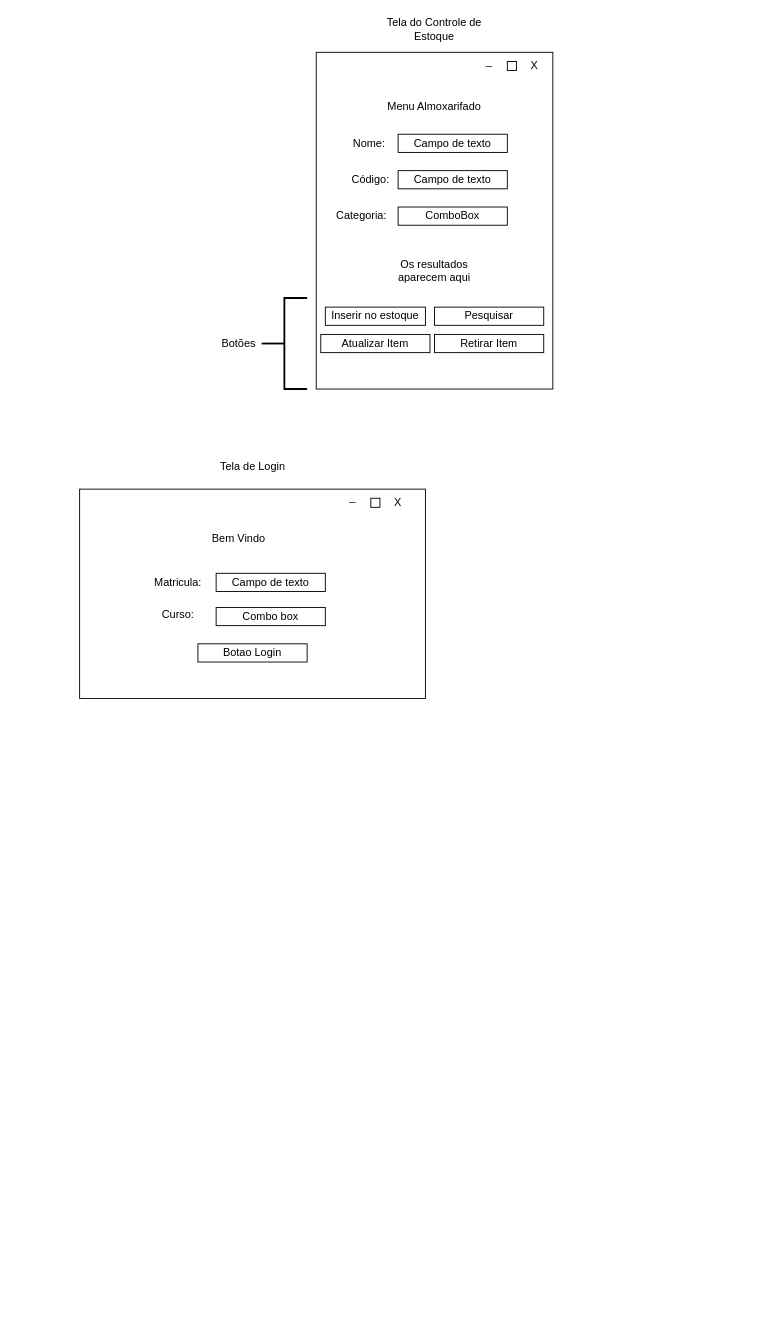
KenzoUMZ/Projeto-CRUD keeps this draw.io diagram as flowchart.drawio. Above is the earlier version. Source tidied: cells renumbered, new cells numbered last; positions are measured from the earlier drawing's top-left corner, leaving out a move shared by most shapes. Both pictures are drawn from the tidied source at 91%, with x=0, y=0 at pixel (79, 15).
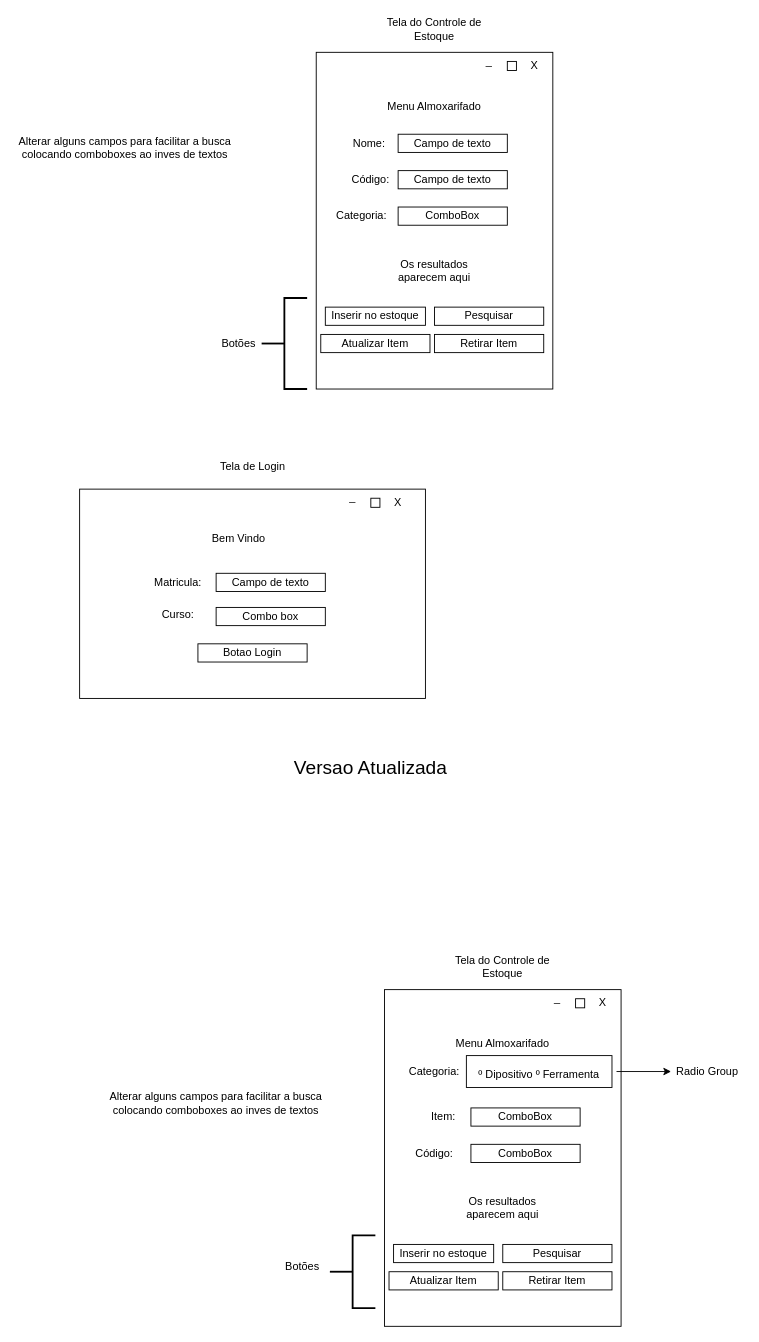
After the change.

Diff of the diagram source:
```diff
@@
+    <mxCell id="32" value="Alterar alguns campos para facilitar a busca colocando comboboxes ao inves de textos" style="text;html=1;strokeColor=none;fillColor=none;align=center;verticalAlign=middle;whiteSpace=wrap;rounded=0;" parent="1" vertex="1">
+      <mxGeometry x="-70" y="110" width="240" height="70" as="geometry" />
+    </mxCell>
+    <mxCell id="33" value="&lt;font style=&quot;font-size: 21px&quot;&gt;Versao Atualizada&lt;/font&gt;" style="text;html=1;strokeColor=none;fillColor=none;align=center;verticalAlign=middle;whiteSpace=wrap;rounded=0;" parent="1" vertex="1">
+      <mxGeometry x="210" y="810" width="220" height="30" as="geometry" />
+    </mxCell>
+    <mxCell id="34" style="rounded=0;whiteSpace=wrap;html=1;" parent="1" vertex="1">
+      <mxGeometry x="335" y="1070" width="260" height="370" as="geometry" />
+    </mxCell>
+    <mxCell id="35" value="Menu Almoxarifado" style="text;html=1;strokeColor=none;fillColor=none;align=center;verticalAlign=middle;whiteSpace=wrap;rounded=0;" parent="1" vertex="1">
+      <mxGeometry x="385" y="1120" width="160" height="20" as="geometry" />
+    </mxCell>
+    <mxCell id="36" style="rounded=0;whiteSpace=wrap;html=1;" parent="1" vertex="1">
+      <mxGeometry x="545" y="1080" width="10" height="10" as="geometry" />
+    </mxCell>
+    <mxCell id="37" value="X" style="text;html=1;strokeColor=none;fillColor=none;align=center;verticalAlign=middle;whiteSpace=wrap;rounded=0;" parent="1" vertex="1">
+      <mxGeometry x="555" y="1075" width="40" height="20" as="geometry" />
+    </mxCell>
+    <mxCell id="38" value="_" style="text;html=1;strokeColor=none;fillColor=none;align=center;verticalAlign=middle;whiteSpace=wrap;rounded=0;" parent="1" vertex="1">
+      <mxGeometry x="505" y="1070" width="40" height="20" as="geometry" />
+    </mxCell>
+    <mxCell id="39" value="Item:" style="text;html=1;strokeColor=none;fillColor=none;align=center;verticalAlign=middle;whiteSpace=wrap;rounded=0;" parent="1" vertex="1">
+      <mxGeometry x="380" y="1200" width="40" height="20" as="geometry" />
+    </mxCell>
+    <mxCell id="40" value="ComboBox" style="rounded=0;whiteSpace=wrap;html=1;" parent="1" vertex="1">
+      <mxGeometry x="430" y="1200" width="120" height="20" as="geometry" />
+    </mxCell>
+    <mxCell id="41" value="Código:" style="text;html=1;strokeColor=none;fillColor=none;align=center;verticalAlign=middle;whiteSpace=wrap;rounded=0;" parent="1" vertex="1">
+      <mxGeometry x="370" y="1240" width="40" height="20" as="geometry" />
+    </mxCell>
+    <mxCell id="42" value="Categoria:" style="text;html=1;strokeColor=none;fillColor=none;align=center;verticalAlign=middle;whiteSpace=wrap;rounded=0;" parent="1" vertex="1">
+      <mxGeometry x="370" y="1150" width="40" height="20" as="geometry" />
+    </mxCell>
+    <mxCell id="43" value="ComboBox" style="rounded=0;whiteSpace=wrap;html=1;" parent="1" vertex="1">
+      <mxGeometry x="430" y="1240" width="120" height="20" as="geometry" />
+    </mxCell>
+    <mxCell id="44" value="Inserir no estoque" style="rounded=0;whiteSpace=wrap;html=1;" parent="1" vertex="1">
+      <mxGeometry x="345" y="1350" width="110" height="20" as="geometry" />
+    </mxCell>
+    <mxCell id="45" value="Pesquisar" style="rounded=0;whiteSpace=wrap;html=1;" parent="1" vertex="1">
+      <mxGeometry x="465" y="1350" width="120" height="20" as="geometry" />
+    </mxCell>
+    <mxCell id="46" value="Retirar Item" style="rounded=0;whiteSpace=wrap;html=1;" parent="1" vertex="1">
+      <mxGeometry x="465" y="1380" width="120" height="20" as="geometry" />
+    </mxCell>
+    <mxCell id="47" value="Os resultados aparecem aqui" style="text;html=1;strokeColor=none;fillColor=none;align=center;verticalAlign=middle;whiteSpace=wrap;rounded=0;" parent="1" vertex="1">
+      <mxGeometry x="405" y="1300" width="120" height="20" as="geometry" />
+    </mxCell>
+    <mxCell id="48" value="Atualizar Item" style="rounded=0;whiteSpace=wrap;html=1;" parent="1" vertex="1">
+      <mxGeometry x="340" y="1380" width="120" height="20" as="geometry" />
+    </mxCell>
+    <mxCell id="49" value="Botões" style="text;html=1;strokeColor=none;fillColor=none;align=center;verticalAlign=middle;whiteSpace=wrap;rounded=0;" parent="1" vertex="1">
+      <mxGeometry x="215" y="1360" width="60" height="30" as="geometry" />
+    </mxCell>
+    <mxCell id="50" style="strokeWidth=2;html=1;shape=mxgraph.flowchart.annotation_2;align=left;labelPosition=right;" parent="1" vertex="1">
+      <mxGeometry x="275" y="1340" width="50" height="80" as="geometry" />
+    </mxCell>
+    <mxCell id="51" value="Tela do Controle de Estoque" style="text;html=1;strokeColor=none;fillColor=none;align=center;verticalAlign=middle;whiteSpace=wrap;rounded=0;" parent="1" vertex="1">
+      <mxGeometry x="395" y="1030" width="140" height="30" as="geometry" />
+    </mxCell>
+    <mxCell id="52" value="Alterar alguns campos para facilitar a busca colocando comboboxes ao inves de textos" style="text;html=1;strokeColor=none;fillColor=none;align=center;verticalAlign=middle;whiteSpace=wrap;rounded=0;" parent="1" vertex="1">
+      <mxGeometry x="30" y="1160" width="240" height="70" as="geometry" />
+    </mxCell>
+    <mxCell id="53" value="&lt;font style=&quot;font-size: 12px&quot;&gt;º Dipositivo&amp;nbsp;&lt;/font&gt;&lt;span style=&quot;font-size: 12px&quot;&gt;º Ferramenta&lt;/span&gt;" style="rounded=0;whiteSpace=wrap;html=1;fontSize=21;" parent="1" vertex="1">
+      <mxGeometry x="425" y="1142.5" width="160" height="35" as="geometry" />
+    </mxCell>
+    <mxCell id="54" style="endArrow=classic;html=1;rounded=0;fontSize=12;" parent="1" edge="1">
+      <mxGeometry relative="1" as="geometry">
+        <mxPoint x="590" y="1160" as="sourcePoint" />
+        <mxPoint x="650" y="1160" as="targetPoint" />
+      </mxGeometry>
+    </mxCell>
+    <mxCell id="55" value="Radio Group" style="text;html=1;strokeColor=none;fillColor=none;align=center;verticalAlign=middle;whiteSpace=wrap;rounded=0;fontSize=12;" parent="1" vertex="1">
+      <mxGeometry x="650" y="1145" width="80" height="30" as="geometry" />
+    </mxCell>
```
